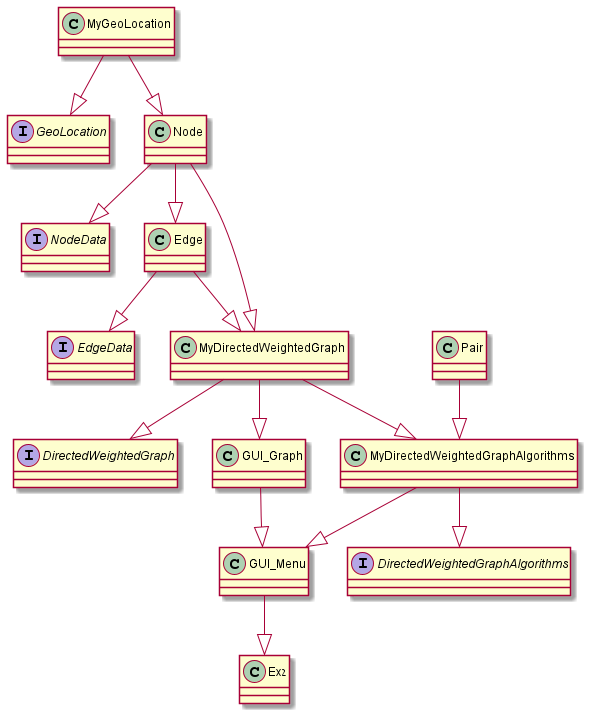
This is diagram.png from haimgoldfisher/OOP_Ex2, a PlantUML export, as it was before one commit.
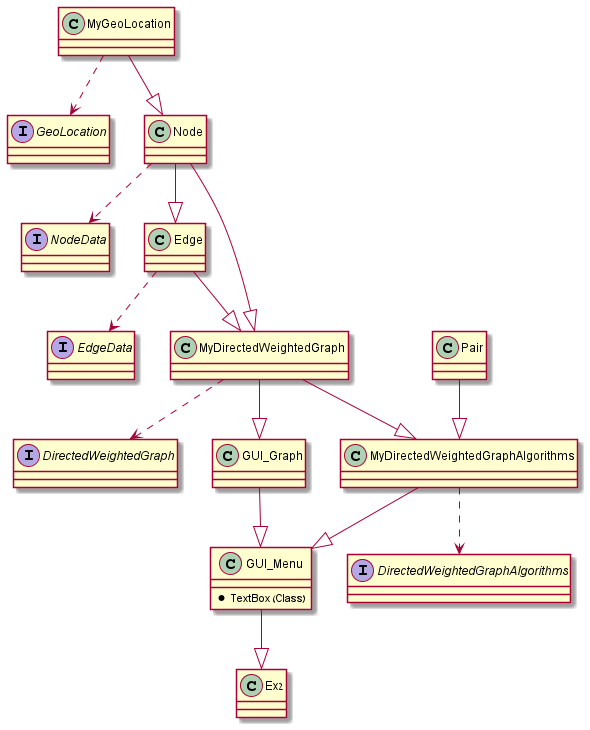
The same diagram one commit later.

Diff of the diagram source:
```diff
@@ -66,6 +66,7 @@
 
 class GUI_Menu
 {
+*TextBox (Class)
 
 }
 
@@ -74,20 +75,21 @@
 
 }
 
-MyGeoLocation --|> GeoLocation
+MyGeoLocation ..> GeoLocation
 MyGeoLocation --|> Node
-Node --|> NodeData
+Node ..> NodeData
 Node --|> Edge
 Node --|> MyDirectedWeightedGraph
-Edge --|> EdgeData
+Edge ..> EdgeData
 Edge --|> MyDirectedWeightedGraph
-MyDirectedWeightedGraph --|> DirectedWeightedGraph
+MyDirectedWeightedGraph ..> DirectedWeightedGraph
 MyDirectedWeightedGraph --|> MyDirectedWeightedGraphAlgorithms
 MyDirectedWeightedGraph --|> GUI_Graph
 Pair --|> MyDirectedWeightedGraphAlgorithms
-MyDirectedWeightedGraphAlgorithms --|> DirectedWeightedGraphAlgorithms
+MyDirectedWeightedGraphAlgorithms ..> DirectedWeightedGraphAlgorithms
 MyDirectedWeightedGraphAlgorithms --|> GUI_Menu
 GUI_Graph --|> GUI_Menu
 GUI_Menu --|> Ex2
 
+
 @enduml
```
